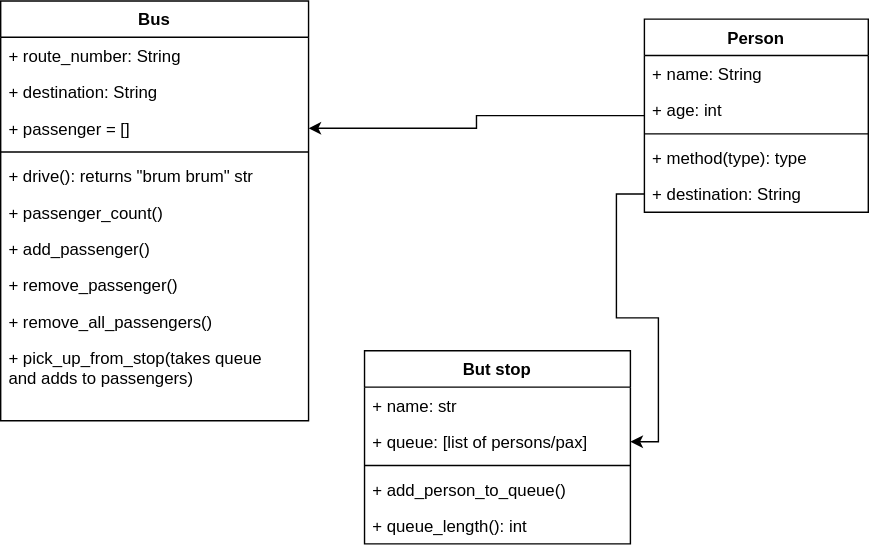
The draw.io diagram bus_lab_start_code/Untitled.svg in evelyn-sz/Bus_passenger_bus_stop, before a commit. Source tidied: cells renumbered, new cells last; positions are measured from the earlier drawing's top-left corner, leaving out a move shared by most shapes.
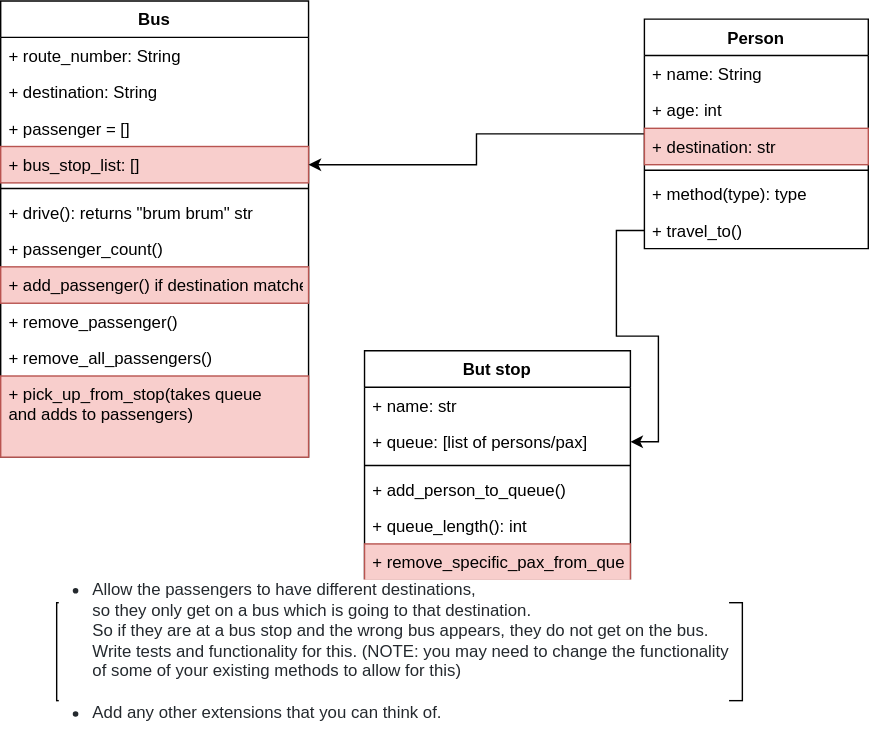
Later version of the same file.

Diff of the diagram source:
```diff
@@ -3,7 +3,7 @@
     <mxCell id="0" />
     <mxCell id="1" parent="0" />
     <mxCell id="2" value="Bus" style="swimlane;fontStyle=1;align=center;verticalAlign=top;horizontal=1;startSize=26;" parent="1" vertex="1">
-      <mxGeometry width="220" height="300" as="geometry" />
+      <mxGeometry width="220" height="326" as="geometry" />
     </mxCell>
     <mxCell id="3" value="+ route_number: String" style="text;strokeColor=none;fillColor=none;align=left;verticalAlign=top;spacingLeft=4;spacingRight=4;overflow=hidden;" parent="2" vertex="1">
       <mxGeometry y="26" width="220" height="26" as="geometry" />
@@ -11,53 +11,59 @@
     <mxCell id="4" value="+ destination: String" style="text;strokeColor=none;fillColor=none;align=left;verticalAlign=top;spacingLeft=4;spacingRight=4;overflow=hidden;" parent="2" vertex="1">
       <mxGeometry y="52" width="220" height="26" as="geometry" />
     </mxCell>
+    <mxCell id="27" value="+ passenger = []" style="text;strokeColor=none;fillColor=none;align=left;verticalAlign=top;spacingLeft=4;spacingRight=4;overflow=hidden;" parent="2" vertex="1">
+      <mxGeometry y="78" width="220" height="26" as="geometry" />
+    </mxCell>
-    <mxCell id="5" value="+ passenger = []" style="text;strokeColor=none;fillColor=none;align=left;verticalAlign=top;spacingLeft=4;spacingRight=4;overflow=hidden;points=[[0,0.5],[1,0.5]];portConstraint=eastwest;" parent="2" vertex="1">
-      <mxGeometry y="78" width="220" height="26" as="geometry" />
+    <mxCell id="5" value="+ bus_stop_list: []" style="text;strokeColor=#b85450;fillColor=#f8cecc;align=left;verticalAlign=top;spacingLeft=4;spacingRight=4;overflow=hidden;points=[[0,0.5],[1,0.5]];portConstraint=eastwest;" parent="2" vertex="1">
+      <mxGeometry y="104" width="220" height="26" as="geometry" />
     </mxCell>
     <mxCell id="6" style="line;strokeWidth=1;fillColor=none;align=left;verticalAlign=middle;spacingTop=-1;spacingLeft=3;spacingRight=3;labelPosition=right;" parent="2" vertex="1">
-      <mxGeometry y="104" width="220" height="8" as="geometry" />
+      <mxGeometry y="130" width="220" height="8" as="geometry" />
     </mxCell>
     <mxCell id="7" value="+ drive(): returns &quot;brum brum&quot; str&#10;" style="text;strokeColor=none;fillColor=none;align=left;verticalAlign=top;spacingLeft=4;spacingRight=4;overflow=hidden;" parent="2" vertex="1">
-      <mxGeometry y="112" width="220" height="26" as="geometry" />
+      <mxGeometry y="138" width="220" height="26" as="geometry" />
     </mxCell>
     <mxCell id="8" value="+ passenger_count()" style="text;strokeColor=none;fillColor=none;align=left;verticalAlign=top;spacingLeft=4;spacingRight=4;overflow=hidden;" parent="2" vertex="1">
-      <mxGeometry y="138" width="220" height="26" as="geometry" />
+      <mxGeometry y="164" width="220" height="26" as="geometry" />
     </mxCell>
-    <mxCell id="9" value="+ add_passenger()" style="text;strokeColor=none;fillColor=none;align=left;verticalAlign=top;spacingLeft=4;spacingRight=4;overflow=hidden;" parent="2" vertex="1">
-      <mxGeometry y="164" width="220" height="26" as="geometry" />
+    <mxCell id="9" value="+ add_passenger() if destination matches" style="text;strokeColor=#b85450;fillColor=#f8cecc;align=left;verticalAlign=top;spacingLeft=4;spacingRight=4;overflow=hidden;" parent="2" vertex="1">
+      <mxGeometry y="190" width="220" height="26" as="geometry" />
     </mxCell>
     <mxCell id="10" value="+ remove_passenger()" style="text;strokeColor=none;fillColor=none;align=left;verticalAlign=top;spacingLeft=4;spacingRight=4;overflow=hidden;" parent="2" vertex="1">
-      <mxGeometry y="190" width="220" height="26" as="geometry" />
+      <mxGeometry y="216" width="220" height="26" as="geometry" />
     </mxCell>
     <mxCell id="11" value="+ remove_all_passengers()" style="text;strokeColor=none;fillColor=none;align=left;verticalAlign=top;spacingLeft=4;spacingRight=4;overflow=hidden;" parent="2" vertex="1">
-      <mxGeometry y="216" width="220" height="26" as="geometry" />
+      <mxGeometry y="242" width="220" height="26" as="geometry" />
     </mxCell>
-    <mxCell id="12" value="+ pick_up_from_stop(takes queue &#10;and adds to passengers)" style="text;strokeColor=none;fillColor=none;align=left;verticalAlign=top;spacingLeft=4;spacingRight=4;overflow=hidden;" parent="2" vertex="1">
-      <mxGeometry y="242" width="220" height="58" as="geometry" />
+    <mxCell id="12" value="+ pick_up_from_stop(takes queue &#10;and adds to passengers)" style="text;strokeColor=#b85450;fillColor=#f8cecc;align=left;verticalAlign=top;spacingLeft=4;spacingRight=4;overflow=hidden;" parent="2" vertex="1">
+      <mxGeometry y="268" width="220" height="58" as="geometry" />
     </mxCell>
     <mxCell id="13" style="edgeStyle=orthogonalEdgeStyle;rounded=0;jettySize=auto;html=1;" parent="1" edge="1" source="14" target="5">
       <mxGeometry relative="1" as="geometry" />
     </mxCell>
     <mxCell id="14" value="Person" style="swimlane;fontStyle=1;align=center;verticalAlign=top;horizontal=1;startSize=26;" parent="1" vertex="1">
-      <mxGeometry x="460" y="13" width="160" height="138" as="geometry" />
+      <mxGeometry x="460" y="13" width="160" height="164" as="geometry" />
     </mxCell>
     <mxCell id="15" value="+ name: String" style="text;strokeColor=none;fillColor=none;align=left;verticalAlign=top;spacingLeft=4;spacingRight=4;overflow=hidden;" parent="14" vertex="1">
       <mxGeometry y="26" width="160" height="26" as="geometry" />
     </mxCell>
+    <mxCell id="28" value="+ age: int" style="text;strokeColor=none;fillColor=none;align=left;verticalAlign=top;spacingLeft=4;spacingRight=4;overflow=hidden;" parent="14" vertex="1">
+      <mxGeometry y="52" width="160" height="26" as="geometry" />
+    </mxCell>
-    <mxCell id="16" value="+ age: int" style="text;strokeColor=none;fillColor=none;align=left;verticalAlign=top;spacingLeft=4;spacingRight=4;overflow=hidden;" parent="14" vertex="1">
-      <mxGeometry y="52" width="160" height="26" as="geometry" />
+    <mxCell id="16" value="+ destination: str" style="text;strokeColor=#b85450;fillColor=#f8cecc;align=left;verticalAlign=top;spacingLeft=4;spacingRight=4;overflow=hidden;" parent="14" vertex="1">
+      <mxGeometry y="78" width="160" height="26" as="geometry" />
     </mxCell>
     <mxCell id="17" style="line;strokeWidth=1;fillColor=none;align=left;verticalAlign=middle;spacingTop=-1;spacingLeft=3;spacingRight=3;labelPosition=right;" parent="14" vertex="1">
-      <mxGeometry y="78" width="160" height="8" as="geometry" />
+      <mxGeometry y="104" width="160" height="8" as="geometry" />
     </mxCell>
     <mxCell id="18" value="+ method(type): type" style="text;strokeColor=none;fillColor=none;align=left;verticalAlign=top;spacingLeft=4;spacingRight=4;overflow=hidden;" parent="14" vertex="1">
-      <mxGeometry y="86" width="160" height="26" as="geometry" />
+      <mxGeometry y="112" width="160" height="26" as="geometry" />
     </mxCell>
-    <mxCell id="19" value="+ destination: String" style="text;strokeColor=none;fillColor=none;align=left;verticalAlign=top;spacingLeft=4;spacingRight=4;overflow=hidden;points=[[0,0.5],[1,0.5]];portConstraint=eastwest;" parent="14" vertex="1">
-      <mxGeometry y="112" width="160" height="26" as="geometry" />
+    <mxCell id="19" value="+ travel_to()" style="text;strokeColor=none;fillColor=none;align=left;verticalAlign=top;spacingLeft=4;spacingRight=4;overflow=hidden;points=[[0,0.5],[1,0.5]];portConstraint=eastwest;" parent="14" vertex="1">
+      <mxGeometry y="138" width="160" height="26" as="geometry" />
     </mxCell>
     <mxCell id="20" value="But stop" style="swimlane;fontStyle=1;align=center;verticalAlign=top;horizontal=1;startSize=26;" parent="1" vertex="1">
-      <mxGeometry x="260" y="250" width="190" height="138" as="geometry" />
+      <mxGeometry x="260" y="250" width="190" height="164" as="geometry" />
     </mxCell>
     <mxCell id="21" value="+ name: str" style="text;strokeColor=none;fillColor=none;align=left;verticalAlign=top;spacingLeft=4;spacingRight=4;overflow=hidden;" parent="20" vertex="1">
       <mxGeometry y="26" width="190" height="26" as="geometry" />
@@ -74,8 +80,14 @@
     <mxCell id="25" value="+ queue_length(): int" style="text;strokeColor=none;fillColor=none;align=left;verticalAlign=top;spacingLeft=4;spacingRight=4;overflow=hidden;" parent="20" vertex="1">
       <mxGeometry y="112" width="190" height="26" as="geometry" />
     </mxCell>
+    <mxCell id="29" value="+ remove_specific_pax_from_queue()" style="text;strokeColor=#b85450;fillColor=#f8cecc;align=left;verticalAlign=top;spacingLeft=4;spacingRight=4;overflow=hidden;" parent="20" vertex="1">
+      <mxGeometry y="138" width="190" height="26" as="geometry" />
+    </mxCell>
     <mxCell id="26" style="edgeStyle=orthogonalEdgeStyle;rounded=0;jettySize=auto;html=1;" parent="1" edge="1" source="19" target="22">
       <mxGeometry relative="1" as="geometry" />
     </mxCell>
+    <mxCell id="30" value="&lt;ul style=&quot;box-sizing: border-box ; padding-left: 2em ; margin-top: 0px ; color: rgb(36 , 41 , 46) ; font-family: , , &amp;#34;segoe ui&amp;#34; , &amp;#34;helvetica&amp;#34; , &amp;#34;arial&amp;#34; , sans-serif , &amp;#34;apple color emoji&amp;#34; , &amp;#34;segoe ui emoji&amp;#34; ; background-color: rgb(255 , 255 , 255) ; margin-bottom: 0px&quot;&gt;&lt;li style=&quot;box-sizing: border-box&quot;&gt;&lt;p style=&quot;box-sizing: border-box ; margin-top: 16px ; margin-bottom: 16px&quot;&gt;Allow the passengers to have different destinations, &lt;br&gt;so they only get on a bus which is going to that destination. &lt;br&gt;So if they are at a bus stop and the wrong bus appears, they do not get on the bus. &lt;br&gt;Write tests and functionality for this. (NOTE: you may need to change the functionality &lt;br&gt;of some of your existing methods to allow for this)&lt;/p&gt;&lt;/li&gt;&lt;li style=&quot;box-sizing: border-box ; margin-top: 0.25em&quot;&gt;&lt;p style=&quot;box-sizing: border-box ; margin-top: 16px ; margin-bottom: 16px&quot;&gt;Add any other extensions that you can think of.&lt;/p&gt;&lt;/li&gt;&lt;/ul&gt;" style="html=1;align=left;" parent="1" vertex="1">
+      <mxGeometry x="40" y="430" width="490" height="70" as="geometry" />
+    </mxCell>
   </root>
 </mxGraphModel>
```
